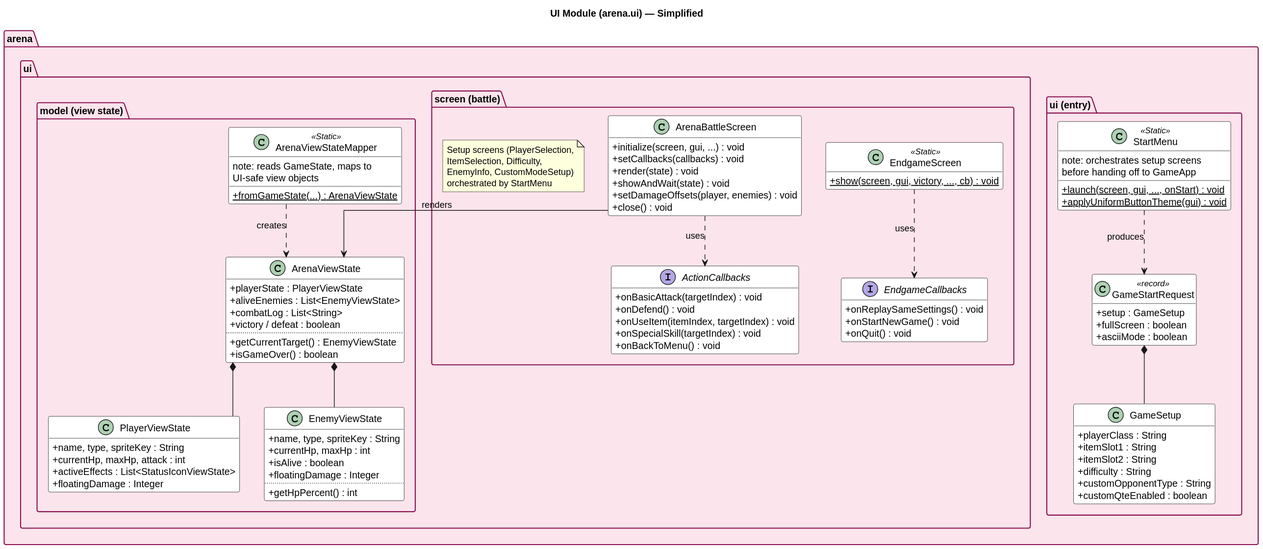
Earlier version of the PlantUML export newdiag/uml_ui.svg (YongzhangLiu/sc2002-combat-arena). Its diagram source:
```plantuml
@startuml
title UI Module (arena.ui) — Simplified

skinparam classAttributeIconSize 0
skinparam linetype ortho
skinparam class {
    BackgroundColor White
    BorderColor Black
}
skinparam package {
    BackgroundColor #FCE4EC
    BorderColor #880E4F
}

hide empty members

package "arena.ui (entry)" {

    class GameSetup {
        + playerClass : String
        + itemSlot1 : String
        + itemSlot2 : String
        + difficulty : String
        + customOpponentType : String
        + customQteEnabled : boolean
    }

    class GameStartRequest <<record>> {
        + setup : GameSetup
        + fullScreen : boolean
        + asciiMode : boolean
    }

    class StartMenu <<Static>> {
        + {static} launch(screen, gui, ..., onStart) : void
        + {static} applyUniformButtonTheme(gui) : void
        note: orchestrates setup screens\nbefore handing off to GameApp
    }
}

package "arena.ui.screen (battle)" {

    class ArenaBattleScreen {
        + initialize(screen, gui, ...) : void
        + setCallbacks(callbacks) : void
        + render(state) : void
        + showAndWait(state) : void
        + setDamageOffsets(player, enemies) : void
        + close() : void
    }

    interface ActionCallbacks {
        + onBasicAttack(targetIndex) : void
        + onDefend() : void
        + onUseItem(itemIndex, targetIndex) : void
        + onSpecialSkill(targetIndex) : void
        + onBackToMenu() : void
    }

    class EndgameScreen <<Static>> {
        + {static} show(screen, gui, victory, ..., cb) : void
    }

    interface EndgameCallbacks {
        + onReplaySameSettings() : void
        + onStartNewGame() : void
        + onQuit() : void
    }

    note "Setup screens (PlayerSelection,\nItemSelection, Difficulty,\nEnemyInfo, CustomModeSetup)\norchestrated by StartMenu" as SetupNote
}

package "arena.ui.model (view state)" {

    class ArenaViewStateMapper <<Static>> {
        + {static} fromGameState(...) : ArenaViewState
        note: reads GameState, maps to\nUI-safe view objects
    }

    class ArenaViewState {
        + playerState : PlayerViewState
        + aliveEnemies : List<EnemyViewState>
        + combatLog : List<String>
        + victory / defeat : boolean
        ..
        + getCurrentTarget() : EnemyViewState
        + isGameOver() : boolean
    }

    class PlayerViewState {
        + name, type, spriteKey : String
        + currentHp, maxHp, attack : int
        + activeEffects : List<StatusIconViewState>
        + floatingDamage : Integer
    }

    class EnemyViewState {
        + name, type, spriteKey : String
        + currentHp, maxHp : int
        + isAlive : boolean
        + floatingDamage : Integer
        ..
        + getHpPercent() : int
    }
}

GameStartRequest   *--  GameSetup
StartMenu          ..>  GameStartRequest : produces

ArenaBattleScreen  ..>  ActionCallbacks  : uses
ArenaBattleScreen  -->  ArenaViewState   : renders

EndgameScreen      ..>  EndgameCallbacks : uses

ArenaViewStateMapper ..> ArenaViewState  : creates
ArenaViewState       *-- PlayerViewState
ArenaViewState       *-- EnemyViewState
@enduml
```
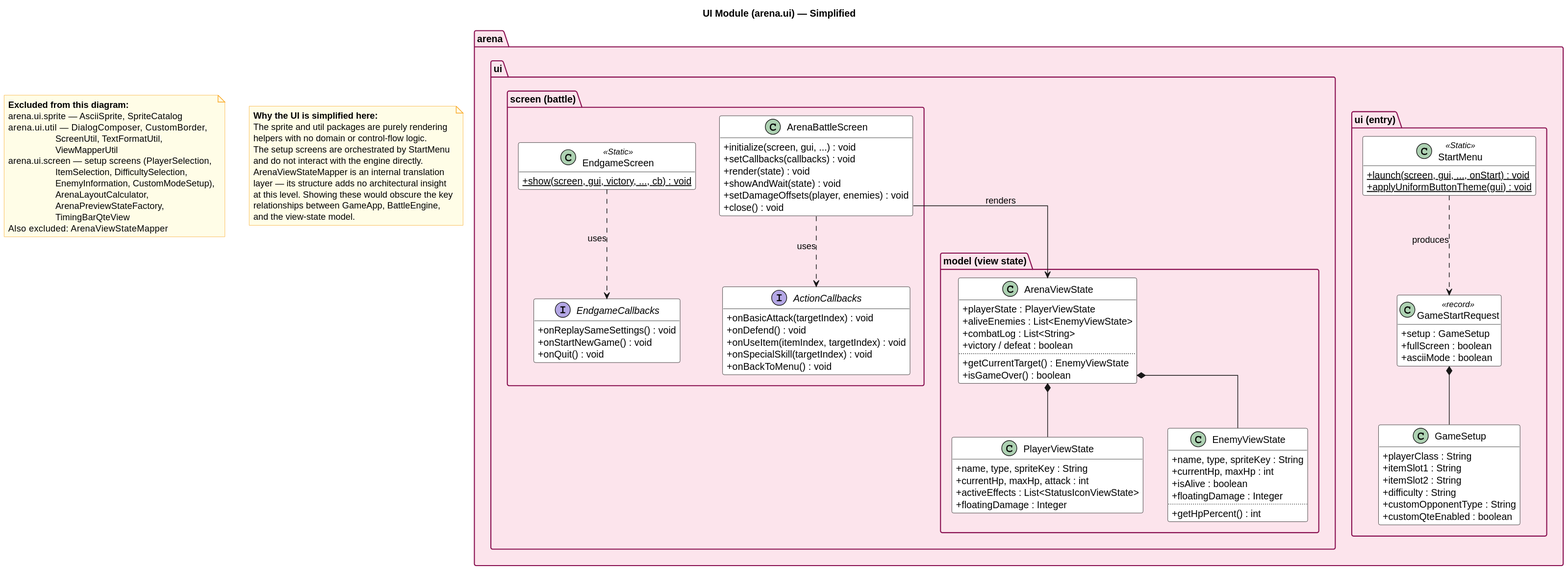
Later version of the same file.

The edit, as a diff of the source:
```diff
@@ -10,6 +10,10 @@
 skinparam package {
     BackgroundColor #FCE4EC
     BorderColor #880E4F
+}
+skinparam note {
+    BackgroundColor #FFFDE7
+    BorderColor #F9A825
 }
 
 hide empty members
@@ -34,7 +38,6 @@
     class StartMenu <<Static>> {
         + {static} launch(screen, gui, ..., onStart) : void
         + {static} applyUniformButtonTheme(gui) : void
-        note: orchestrates setup screens\nbefore handing off to GameApp
     }
 }
 
@@ -66,16 +69,9 @@
         + onStartNewGame() : void
         + onQuit() : void
     }
-
-    note "Setup screens (PlayerSelection,\nItemSelection, Difficulty,\nEnemyInfo, CustomModeSetup)\norchestrated by StartMenu" as SetupNote
 }
 
 package "arena.ui.model (view state)" {
-
-    class ArenaViewStateMapper <<Static>> {
-        + {static} fromGameState(...) : ArenaViewState
-        note: reads GameState, maps to\nUI-safe view objects
-    }
 
     class ArenaViewState {
         + playerState : PlayerViewState
@@ -112,7 +108,34 @@
 
 EndgameScreen      ..>  EndgameCallbacks : uses
 
-ArenaViewStateMapper ..> ArenaViewState  : creates
-ArenaViewState       *-- PlayerViewState
-ArenaViewState       *-- EnemyViewState
+ArenaViewState     *--  PlayerViewState
+ArenaViewState     *--  EnemyViewState
+
+note as N_EXCL #FFFDE7
+  <b>Excluded from this diagram:</b>
+  arena.ui.sprite  — AsciiSprite, SpriteCatalog
+  arena.ui.util    — DialogComposer, CustomBorder,
+                     ScreenUtil, TextFormatUtil,
+                     ViewMapperUtil
+  arena.ui.screen  — setup screens (PlayerSelection,
+                     ItemSelection, DifficultySelection,
+                     EnemyInformation, CustomModeSetup),
+                     ArenaLayoutCalculator,
+                     ArenaPreviewStateFactory,
+                     TimingBarQteView
+  Also excluded:   ArenaViewStateMapper
+end note
+
+note as N_WHY #FFFDE7
+  <b>Why the UI is simplified here:</b>
+  The sprite and util packages are purely rendering
+  helpers with no domain or control-flow logic.
+  The setup screens are orchestrated by StartMenu
+  and do not interact with the engine directly.
+  ArenaViewStateMapper is an internal translation
+  layer — its structure adds no architectural insight
+  at this level. Showing these would obscure the key
+  relationships between GameApp, BattleEngine,
+  and the view-state model.
+end note
 @enduml
```
